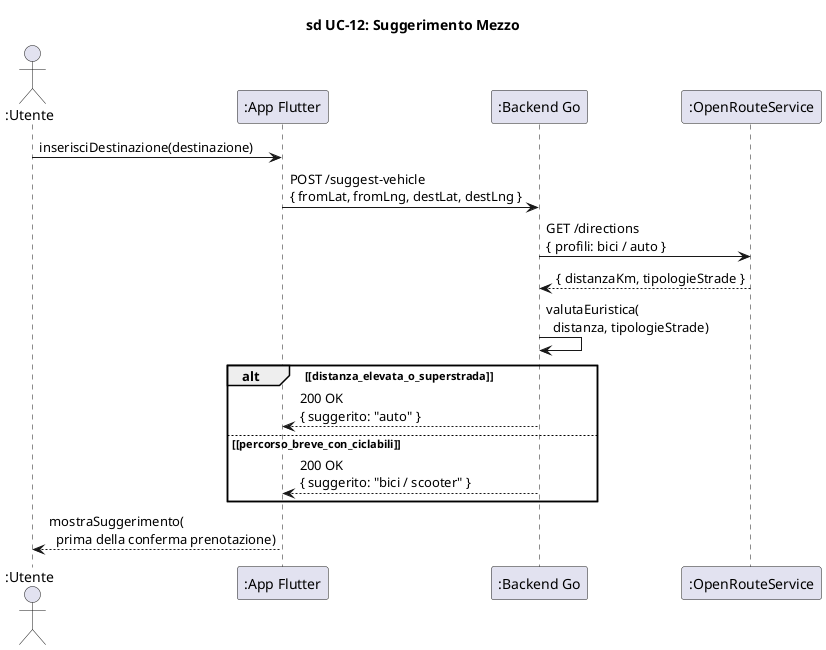
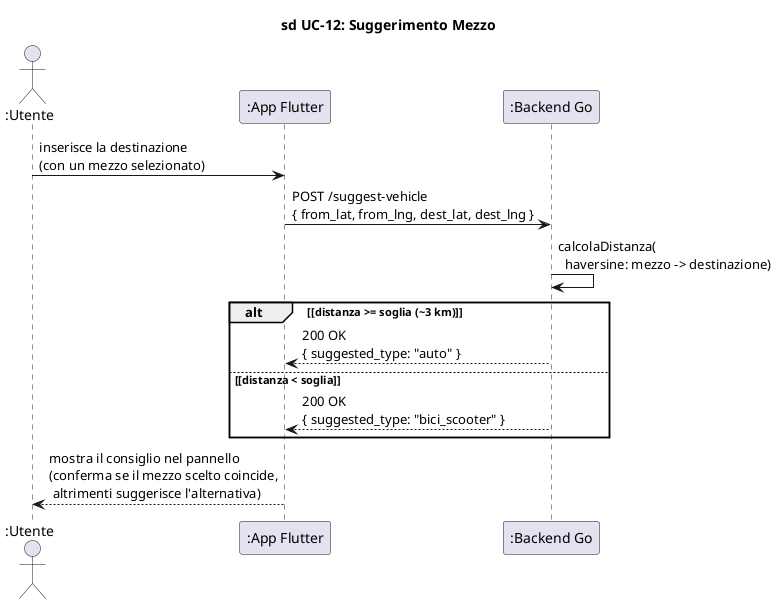
@startuml sd_UC12_SuggerimentoMezzo

title sd UC-12: Suggerimento Mezzo

skinparam hyperlinkColor black
skinparam hyperlinkUnderline false

actor ":Utente" as Utente
participant ":App Flutter" as App
participant ":Backend Go" as Backend
- participant ":OpenRouteService" as ORS

- Utente -> App : inserisciDestinazione(destinazione)
+ Utente -> App : inserisce la destinazione\n(con un mezzo selezionato)

- App -> Backend : POST /suggest-vehicle\n{ fromLat, fromLng, destLat, destLng }
+ App -> Backend : POST /suggest-vehicle\n{ from_lat, from_lng, dest_lat, dest_lng }

- Backend -> ORS : GET /directions\n{ profili: bici / auto }
- ORS --> Backend : { distanzaKm, tipologieStrade }
+ Backend -> Backend : calcolaDistanza(\n  haversine: mezzo -> destinazione)

- Backend -> Backend : valutaEuristica(\n  distanza, tipologieStrade)
- 
- alt ~[distanza_elevata_o_superstrada~]
-     Backend --> App : 200 OK\n{ suggerito: "auto" }
- else ~[percorso_breve_con_ciclabili~]
-     Backend --> App : 200 OK\n{ suggerito: "bici / scooter" }
+ alt ~[distanza >= soglia (~3 km)~]
+     Backend --> App : 200 OK\n{ suggested_type: "auto" }
+ else ~[distanza < soglia~]
+     Backend --> App : 200 OK\n{ suggested_type: "bici_scooter" }
end

- App --> Utente : mostraSuggerimento(\n  prima della conferma prenotazione)
+ App --> Utente : mostra il consiglio nel pannello\n(conferma se il mezzo scelto coincide,\n altrimenti suggerisce l'alternativa)

@enduml
